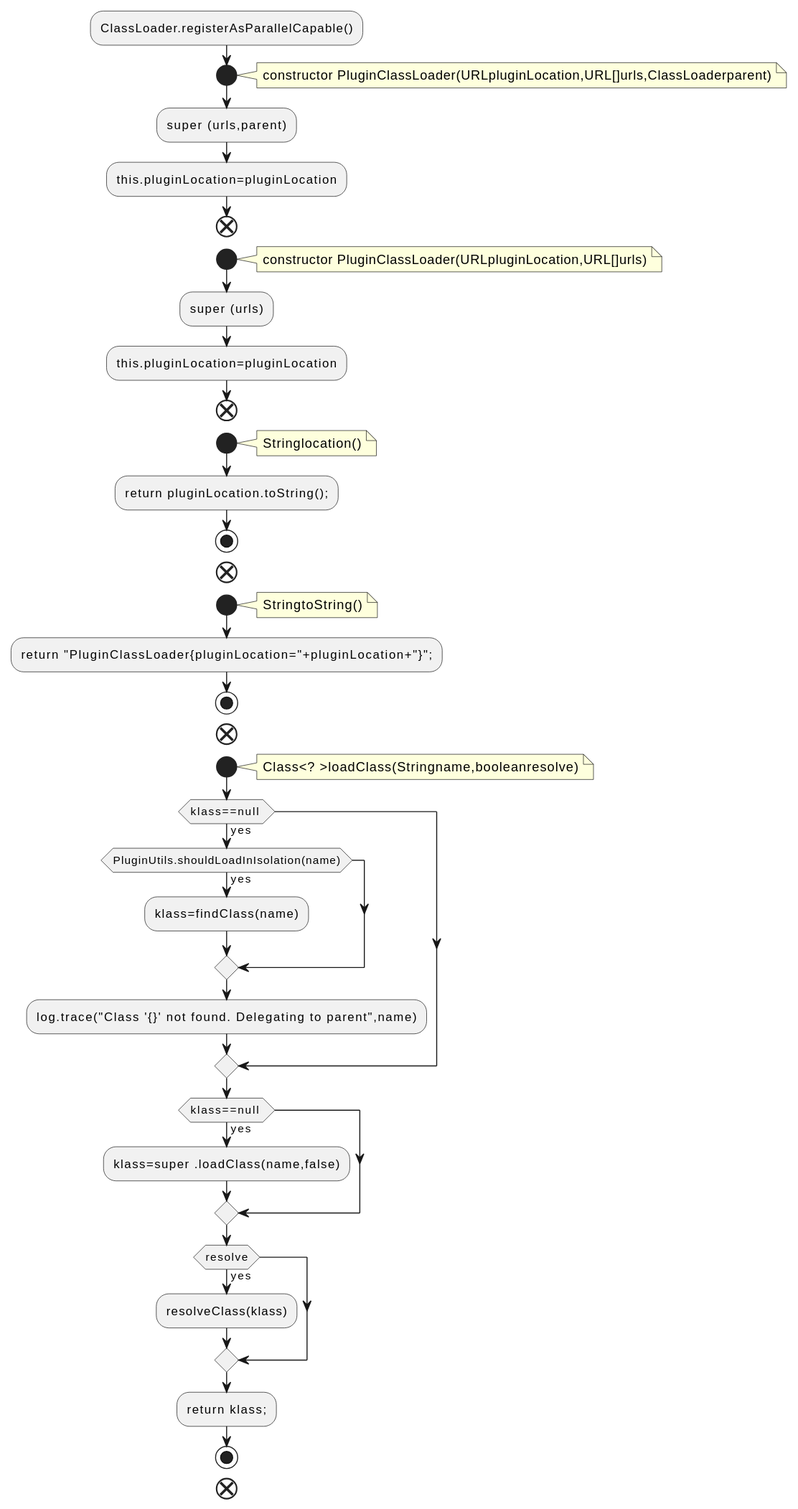
Above: docs/qc/connect/runtime/src/main/java/org/apache/kafka/connect/runtime/isolation/PluginClassLoader.java.fct.svg in qualitesys/kafka (PlantUML), before the change.
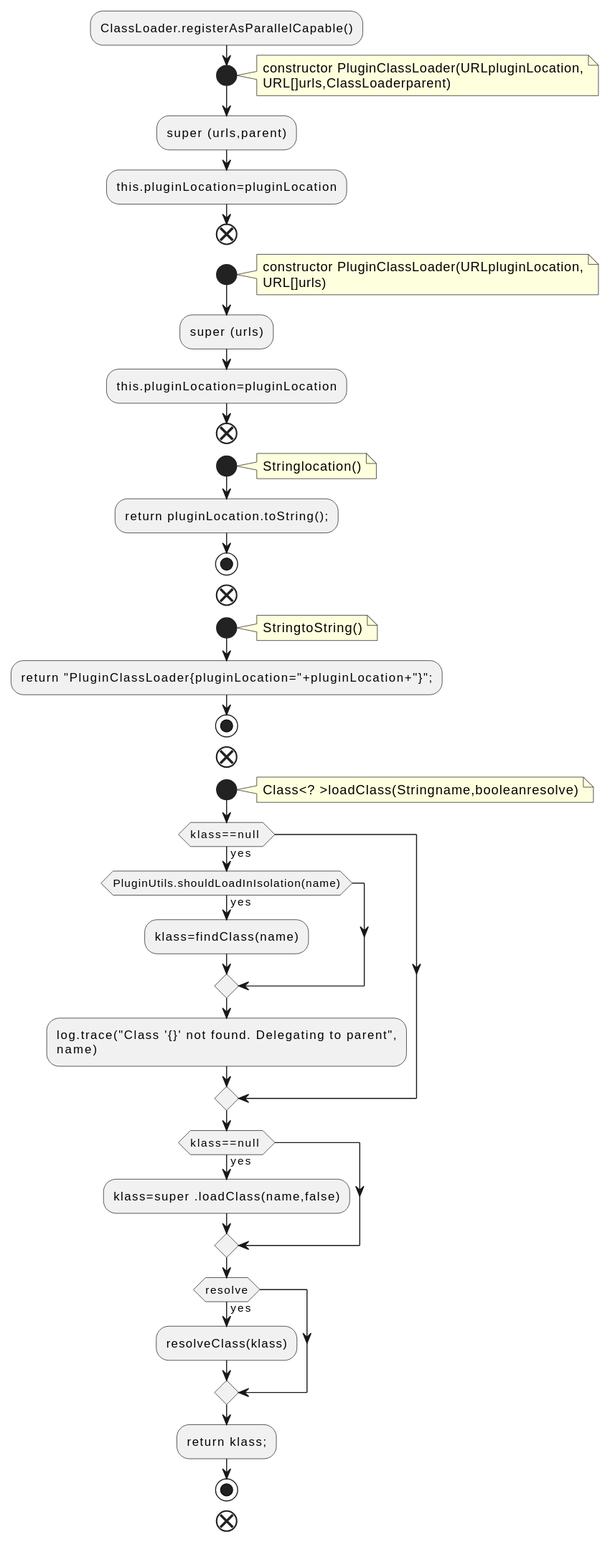
The same file after the commit.

The edit, as a diff of the source:
```diff
@@ -3,14 +3,16 @@
 :ClassLoader.registerAsParallelCapable();
 start
 note right
-constructor PluginClassLoader(URLpluginLocation,URL[]urls,ClassLoaderparent)
+constructor PluginClassLoader(URLpluginLocation,
+URL[]urls,ClassLoaderparent)
 end note
 :super (urls,parent);
 :this.pluginLocation=pluginLocation;
 end
 start
 note right
-constructor PluginClassLoader(URLpluginLocation,URL[]urls)
+constructor PluginClassLoader(URLpluginLocation,
+URL[]urls)
 end note
 :super (urls);
 :this.pluginLocation=pluginLocation;
@@ -37,7 +39,8 @@
 if (PluginUtils.shouldLoadInIsolation(name)) then (yes)
 :klass=findClass(name);
 endif
-:log.trace("Class '{}' not found. Delegating to parent",name);
+:log.trace("Class '{}' not found. Delegating to parent",
+name);
 endif
 if (klass==null ) then (yes)
 :klass=super .loadClass(name,false);
```
